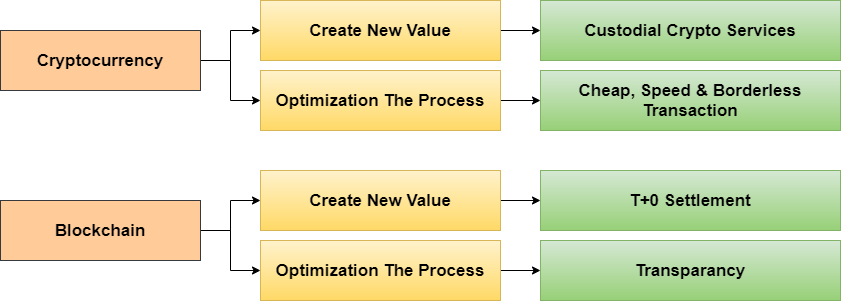
Above: assets/blockchain.png in gungunfebrianza/The-Role-of-Technology (draw.io), before the change. Source tidied: cells renumbered, new cells last; positions are measured from the earlier drawing's top-left corner, leaving out a move shared by most shapes. Source of this version:
```xml
<mxGraphModel>
  <root>
    <mxCell id="0" />
    <mxCell id="1" parent="0" />
    <mxCell id="2" style="edgeStyle=orthogonalEdgeStyle;rounded=0;jettySize=auto;html=1;exitX=1;exitY=0.5;exitDx=0;exitDy=0;" parent="1" edge="1" source="4" target="6">
      <mxGeometry relative="1" as="geometry" />
    </mxCell>
    <mxCell id="3" style="edgeStyle=orthogonalEdgeStyle;rounded=0;jettySize=auto;html=1;exitX=1;exitY=0.5;exitDx=0;exitDy=0;" parent="1" edge="1" source="4" target="8">
      <mxGeometry relative="1" as="geometry" />
    </mxCell>
    <mxCell id="4" value="&lt;font&gt;&lt;font style=&quot;font-size: 17px&quot;&gt;&lt;b&gt;Cryptocurrency&lt;/b&gt;&lt;/font&gt;&lt;br&gt;&lt;/font&gt;" style="rounded=0;whiteSpace=wrap;html=1;fillColor=#ffcc99;strokeColor=#36393d;" parent="1" vertex="1">
      <mxGeometry y="30" width="200" height="60" as="geometry" />
    </mxCell>
    <mxCell id="5" style="edgeStyle=orthogonalEdgeStyle;rounded=0;jettySize=auto;html=1;exitX=1;exitY=0.5;exitDx=0;exitDy=0;" parent="1" edge="1" source="6" target="9">
      <mxGeometry relative="1" as="geometry" />
    </mxCell>
    <mxCell id="6" value="&lt;font&gt;&lt;b style=&quot;font-size: 17px&quot;&gt;Create New Value&lt;/b&gt;&lt;br&gt;&lt;/font&gt;" style="rounded=0;whiteSpace=wrap;html=1;fillColor=#fff2cc;strokeColor=#d6b656;gradientColor=#ffd966;" parent="1" vertex="1">
      <mxGeometry x="260" width="240" height="60" as="geometry" />
    </mxCell>
    <mxCell id="7" style="edgeStyle=orthogonalEdgeStyle;rounded=0;jettySize=auto;html=1;exitX=1;exitY=0.5;exitDx=0;exitDy=0;" parent="1" edge="1" source="8" target="10">
      <mxGeometry relative="1" as="geometry" />
    </mxCell>
    <mxCell id="8" value="&lt;font&gt;&lt;b style=&quot;font-size: 17px&quot;&gt;Optimization The Process&lt;/b&gt;&lt;br&gt;&lt;/font&gt;" style="rounded=0;whiteSpace=wrap;html=1;fillColor=#fff2cc;strokeColor=#d6b656;gradientColor=#ffd966;" parent="1" vertex="1">
      <mxGeometry x="260" y="70" width="240" height="60" as="geometry" />
    </mxCell>
    <mxCell id="9" value="&lt;font&gt;&lt;font style=&quot;font-size: 17px&quot;&gt;&lt;b&gt;Custodial Crypto Services&lt;/b&gt;&lt;/font&gt;&lt;br&gt;&lt;/font&gt;" style="rounded=0;whiteSpace=wrap;html=1;fillColor=#d5e8d4;strokeColor=#82b366;gradientColor=#97d077;" parent="1" vertex="1">
      <mxGeometry x="540" width="300" height="60" as="geometry" />
    </mxCell>
    <mxCell id="10" value="&lt;font&gt;&lt;span style=&quot;font-size: 17px&quot;&gt;&lt;b&gt;Cheap, Speed &amp;amp; Borderless Transaction&lt;/b&gt;&lt;/span&gt;&lt;br&gt;&lt;/font&gt;" style="rounded=0;whiteSpace=wrap;html=1;fillColor=#d5e8d4;strokeColor=#82b366;gradientColor=#97d077;" parent="1" vertex="1">
      <mxGeometry x="540" y="70" width="300" height="60" as="geometry" />
    </mxCell>
    <mxCell id="11" style="edgeStyle=orthogonalEdgeStyle;rounded=0;jettySize=auto;html=1;exitX=1;exitY=0.5;exitDx=0;exitDy=0;" parent="1" edge="1" source="13" target="15">
      <mxGeometry relative="1" as="geometry" />
    </mxCell>
    <mxCell id="12" style="edgeStyle=orthogonalEdgeStyle;rounded=0;jettySize=auto;html=1;exitX=1;exitY=0.5;exitDx=0;exitDy=0;" parent="1" edge="1" source="13" target="17">
      <mxGeometry relative="1" as="geometry" />
    </mxCell>
    <mxCell id="13" value="&lt;font&gt;&lt;font style=&quot;font-size: 17px&quot;&gt;&lt;b&gt;Blockchain&lt;/b&gt;&lt;/font&gt;&lt;br&gt;&lt;/font&gt;" style="rounded=0;whiteSpace=wrap;html=1;fillColor=#ffcc99;strokeColor=#36393d;" parent="1" vertex="1">
      <mxGeometry y="200" width="200" height="60" as="geometry" />
    </mxCell>
    <mxCell id="14" style="edgeStyle=orthogonalEdgeStyle;rounded=0;jettySize=auto;html=1;exitX=1;exitY=0.5;exitDx=0;exitDy=0;" parent="1" edge="1" source="15" target="18">
      <mxGeometry relative="1" as="geometry" />
    </mxCell>
    <mxCell id="15" value="&lt;font&gt;&lt;b style=&quot;font-size: 17px&quot;&gt;Create New Value&lt;/b&gt;&lt;br&gt;&lt;/font&gt;" style="rounded=0;whiteSpace=wrap;html=1;fillColor=#fff2cc;strokeColor=#d6b656;gradientColor=#ffd966;" parent="1" vertex="1">
      <mxGeometry x="260" y="170" width="240" height="60" as="geometry" />
    </mxCell>
    <mxCell id="16" style="edgeStyle=orthogonalEdgeStyle;rounded=0;jettySize=auto;html=1;exitX=1;exitY=0.5;exitDx=0;exitDy=0;" parent="1" edge="1" source="17" target="19">
      <mxGeometry relative="1" as="geometry" />
    </mxCell>
    <mxCell id="17" value="&lt;font&gt;&lt;b style=&quot;font-size: 17px&quot;&gt;Optimization The Process&lt;/b&gt;&lt;br&gt;&lt;/font&gt;" style="rounded=0;whiteSpace=wrap;html=1;fillColor=#fff2cc;strokeColor=#d6b656;gradientColor=#ffd966;" parent="1" vertex="1">
      <mxGeometry x="260" y="240" width="240" height="60" as="geometry" />
    </mxCell>
    <mxCell id="18" value="&lt;font&gt;&lt;font style=&quot;font-size: 17px&quot;&gt;&lt;b&gt;T+0 Settlement&lt;/b&gt;&lt;/font&gt;&lt;br&gt;&lt;/font&gt;" style="rounded=0;whiteSpace=wrap;html=1;fillColor=#d5e8d4;strokeColor=#82b366;gradientColor=#97d077;" parent="1" vertex="1">
      <mxGeometry x="540" y="170" width="300" height="60" as="geometry" />
    </mxCell>
    <mxCell id="19" value="&lt;font&gt;&lt;span style=&quot;font-size: 17px&quot;&gt;&lt;b&gt;Transparancy&lt;/b&gt;&lt;/span&gt;&lt;br&gt;&lt;/font&gt;" style="rounded=0;whiteSpace=wrap;html=1;fillColor=#d5e8d4;strokeColor=#82b366;gradientColor=#97d077;" parent="1" vertex="1">
      <mxGeometry x="540" y="240" width="300" height="60" as="geometry" />
    </mxCell>
  </root>
</mxGraphModel>
```
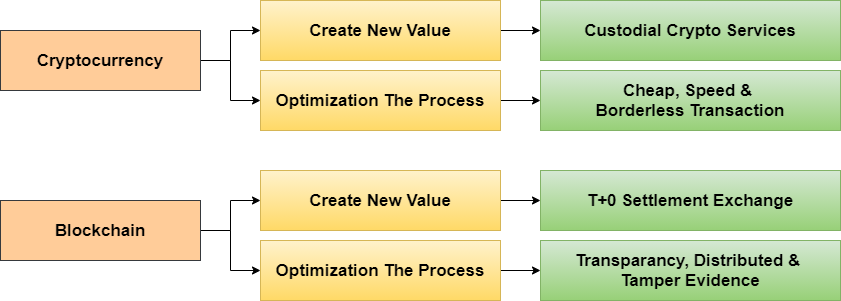
The same diagram one commit later.

The edit, as a diff of the source:
```diff
@@ -26,7 +26,7 @@
     <mxCell id="9" value="&lt;font&gt;&lt;font style=&quot;font-size: 17px&quot;&gt;&lt;b&gt;Custodial Crypto Services&lt;/b&gt;&lt;/font&gt;&lt;br&gt;&lt;/font&gt;" style="rounded=0;whiteSpace=wrap;html=1;fillColor=#d5e8d4;strokeColor=#82b366;gradientColor=#97d077;" parent="1" vertex="1">
       <mxGeometry x="540" width="300" height="60" as="geometry" />
     </mxCell>
-    <mxCell id="10" value="&lt;font&gt;&lt;span style=&quot;font-size: 17px&quot;&gt;&lt;b&gt;Cheap, Speed &amp;amp; Borderless Transaction&lt;/b&gt;&lt;/span&gt;&lt;br&gt;&lt;/font&gt;" style="rounded=0;whiteSpace=wrap;html=1;fillColor=#d5e8d4;strokeColor=#82b366;gradientColor=#97d077;" parent="1" vertex="1">
+    <mxCell id="10" value="&lt;font&gt;&lt;span style=&quot;font-size: 17px&quot;&gt;&lt;b&gt;Cheap, Speed &amp;amp; &lt;br&gt;Borderless Transaction&lt;/b&gt;&lt;/span&gt;&lt;br&gt;&lt;/font&gt;" style="rounded=0;whiteSpace=wrap;html=1;fillColor=#d5e8d4;strokeColor=#82b366;gradientColor=#97d077;" parent="1" vertex="1">
       <mxGeometry x="540" y="70" width="300" height="60" as="geometry" />
     </mxCell>
     <mxCell id="11" style="edgeStyle=orthogonalEdgeStyle;rounded=0;jettySize=auto;html=1;exitX=1;exitY=0.5;exitDx=0;exitDy=0;" parent="1" edge="1" source="13" target="15">
@@ -50,10 +50,10 @@
     <mxCell id="17" value="&lt;font&gt;&lt;b style=&quot;font-size: 17px&quot;&gt;Optimization The Process&lt;/b&gt;&lt;br&gt;&lt;/font&gt;" style="rounded=0;whiteSpace=wrap;html=1;fillColor=#fff2cc;strokeColor=#d6b656;gradientColor=#ffd966;" parent="1" vertex="1">
       <mxGeometry x="260" y="240" width="240" height="60" as="geometry" />
     </mxCell>
-    <mxCell id="18" value="&lt;font&gt;&lt;font style=&quot;font-size: 17px&quot;&gt;&lt;b&gt;T+0 Settlement&lt;/b&gt;&lt;/font&gt;&lt;br&gt;&lt;/font&gt;" style="rounded=0;whiteSpace=wrap;html=1;fillColor=#d5e8d4;strokeColor=#82b366;gradientColor=#97d077;" parent="1" vertex="1">
+    <mxCell id="18" value="&lt;font&gt;&lt;font style=&quot;font-size: 17px&quot;&gt;&lt;b&gt;T+0 Settlement Exchange&lt;/b&gt;&lt;/font&gt;&lt;br&gt;&lt;/font&gt;" style="rounded=0;whiteSpace=wrap;html=1;fillColor=#d5e8d4;strokeColor=#82b366;gradientColor=#97d077;" parent="1" vertex="1">
       <mxGeometry x="540" y="170" width="300" height="60" as="geometry" />
     </mxCell>
-    <mxCell id="19" value="&lt;font&gt;&lt;span style=&quot;font-size: 17px&quot;&gt;&lt;b&gt;Transparancy&lt;/b&gt;&lt;/span&gt;&lt;br&gt;&lt;/font&gt;" style="rounded=0;whiteSpace=wrap;html=1;fillColor=#d5e8d4;strokeColor=#82b366;gradientColor=#97d077;" parent="1" vertex="1">
+    <mxCell id="19" value="&lt;font&gt;&lt;span style=&quot;font-size: 17px&quot;&gt;&lt;b&gt;Transparancy, Distributed &amp;amp; &lt;br&gt;Tamper Evidence&lt;/b&gt;&lt;/span&gt;&lt;br&gt;&lt;/font&gt;" style="rounded=0;whiteSpace=wrap;html=1;fillColor=#d5e8d4;strokeColor=#82b366;gradientColor=#97d077;" parent="1" vertex="1">
       <mxGeometry x="540" y="240" width="300" height="60" as="geometry" />
     </mxCell>
   </root>
```
